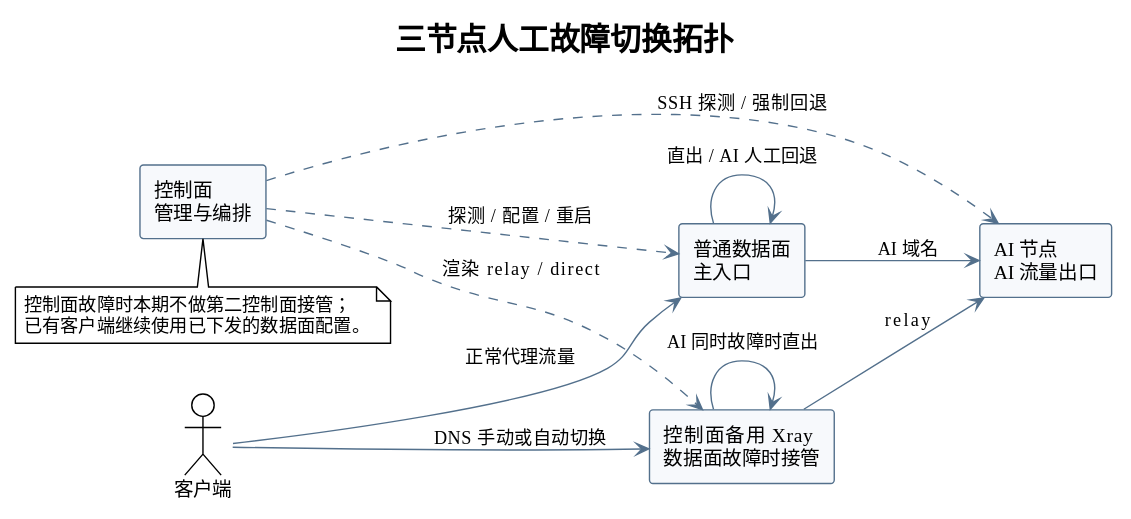
Before: docs/diagrams/manual-failover-topology.svg, a diagram exported from PlantUML (i-zrhe2016/ai-routing-panel).
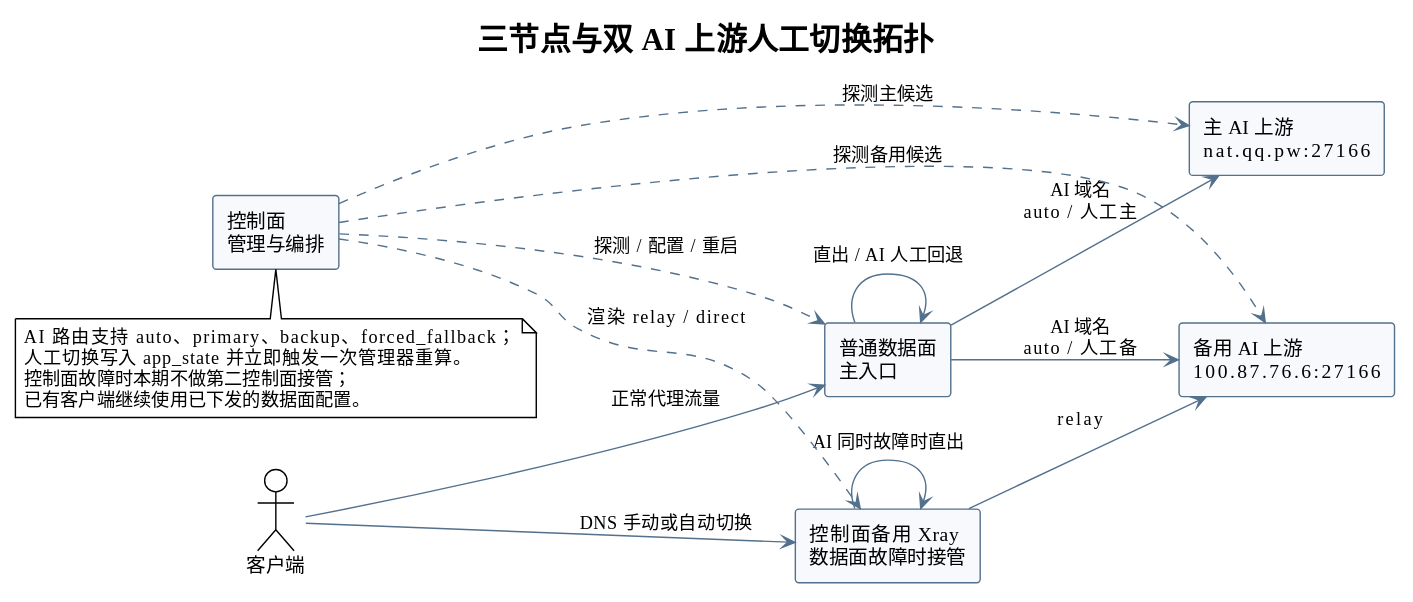
Above is the later version.

Diff of the diagram source:
```diff
@@ -1,6 +1,6 @@
 @startuml
 !theme plain
-title 三节点人工故障切换拓扑
+title 三节点与双 AI 上游人工切换拓扑
 
 left to right direction
 skinparam componentStyle rectangle
@@ -12,20 +12,25 @@
 actor "客户端" as client
 component "控制面\n管理与编排" as panel
 component "普通数据面\n主入口" as data
-component "AI 节点\nAI 流量出口" as ai
+component "主 AI 上游\nnat.qq.pw:27166" as primary
+component "备用 AI 上游\n100.87.76.6:27166" as backupAi
 component "控制面备用 Xray\n数据面故障时接管" as backup
 
 client --> data : 正常代理流量
-data --> ai : AI 域名
+data --> primary : AI 域名\nauto / 人工主
+data --> backupAi : AI 域名\nauto / 人工备
 data --> data : 直出 / AI 人工回退
 client --> backup : DNS 手动或自动切换
-backup --> ai : relay
+backup --> backupAi : relay
 backup --> backup : AI 同时故障时直出
 panel ..> data : 探测 / 配置 / 重启
-panel ..> ai : SSH 探测 / 强制回退
+panel ..> primary : 探测主候选
+panel ..> backupAi : 探测备用候选
 panel ..> backup : 渲染 relay / direct
 
 note bottom of panel
+AI 路由支持 auto、primary、backup、forced_fallback；
+人工切换写入 app_state 并立即触发一次管理器重算。
 控制面故障时本期不做第二控制面接管；
 已有客户端继续使用已下发的数据面配置。
 end note
```
